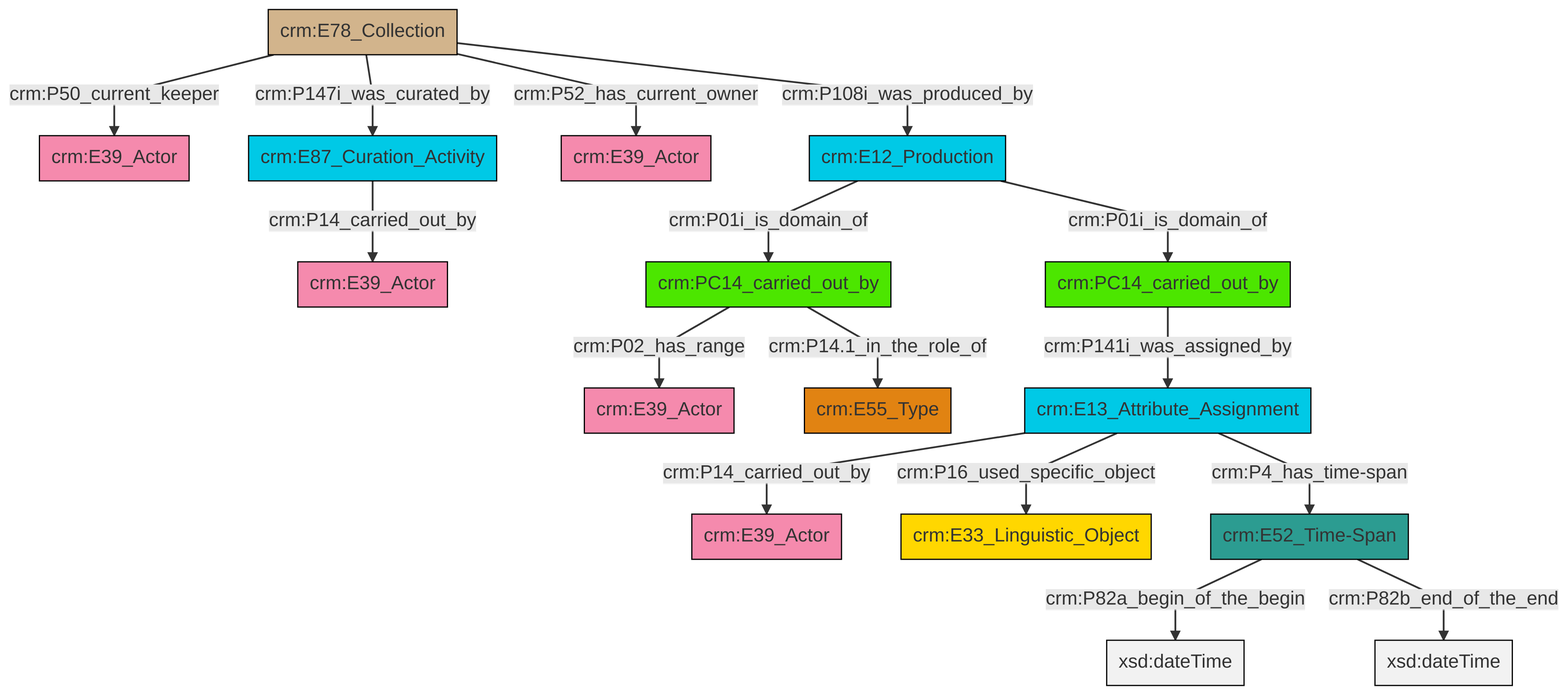
swiss-art-research-net/docs.swissartresearch keeps this Mermaid diagram as et/archivalCSV/ttl/mmd/png/archival_relation.png. Above is the earlier version. Its source is kept beside it as et/archivalCSV/ttl/mmd/archival_relation.ttl.mmd.
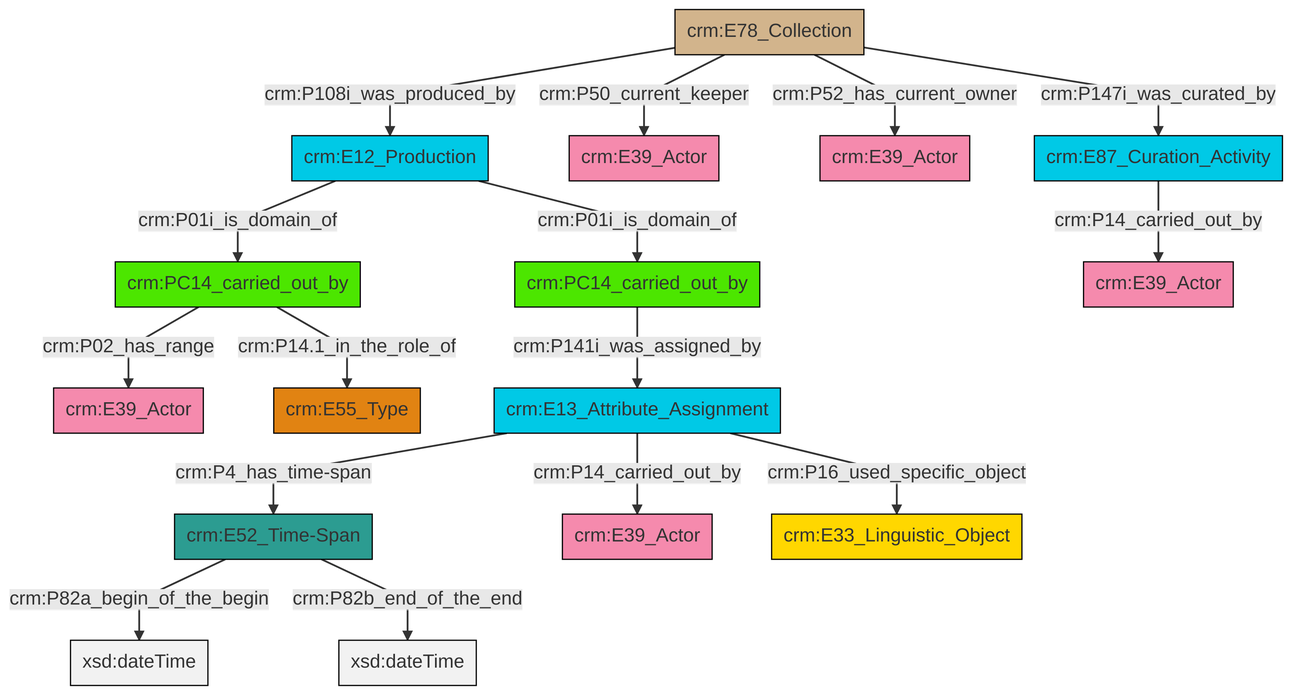
Above is the later version.

Change to the diagram source:
```diff
@@ -13,18 +13,18 @@
 classDef PC_Classes fill:#4ce600, stroke:#000000;
 classDef Multi fill:#cccccc,stroke:#000000;
 
-0["crm:E87_Curation_Activity"]:::Temporal_Entity -->|crm:P14_carried_out_by| 1["crm:E39_Actor"]:::Actor
-4["crm:PC14_carried_out_by"]:::PC_Classes -->|crm:P02_has_range| 5["crm:E39_Actor"]:::Actor
-6["crm:E13_Attribute_Assignment"]:::Temporal_Entity -->|crm:P14_carried_out_by| 7["crm:E39_Actor"]:::Actor
-8["crm:E52_Time-Span"]:::Time-Span -->|crm:P82a_begin_of_the_begin| 9[xsd:dateTime]:::Literal
-6["crm:E13_Attribute_Assignment"]:::Temporal_Entity -->|crm:P16_used_specific_object| 11["crm:E33_Linguistic_Object"]:::Conceptual_Object
-6["crm:E13_Attribute_Assignment"]:::Temporal_Entity -->|crm:P4_has_time-span| 8["crm:E52_Time-Span"]:::Time-Span
-2["crm:E12_Production"]:::Temporal_Entity -->|crm:P01i_is_domain_of| 4["crm:PC14_carried_out_by"]:::PC_Classes
-2["crm:E12_Production"]:::Temporal_Entity -->|crm:P01i_is_domain_of| 15["crm:PC14_carried_out_by"]:::PC_Classes
-21["crm:E78_Collection"]:::Physical_Thing -->|crm:P50_current_keeper| 16["crm:E39_Actor"]:::Actor
-21["crm:E78_Collection"]:::Physical_Thing -->|crm:P147i_was_curated_by| 0["crm:E87_Curation_Activity"]:::Temporal_Entity
-15["crm:PC14_carried_out_by"]:::PC_Classes -->|crm:P141i_was_assigned_by| 6["crm:E13_Attribute_Assignment"]:::Temporal_Entity
-21["crm:E78_Collection"]:::Physical_Thing -->|crm:P52_has_current_owner| 13["crm:E39_Actor"]:::Actor
-21["crm:E78_Collection"]:::Physical_Thing -->|crm:P108i_was_produced_by| 2["crm:E12_Production"]:::Temporal_Entity
-4["crm:PC14_carried_out_by"]:::PC_Classes -->|crm:P14.1_in_the_role_of| 19["crm:E55_Type"]:::Type
-8["crm:E52_Time-Span"]:::Time-Span -->|crm:P82b_end_of_the_end| 28[xsd:dateTime]:::Literal
+2["crm:E12_Production"]:::Temporal_Entity -->|crm:P01i_is_domain_of| 0["crm:PC14_carried_out_by"]:::PC_Classes
+2["crm:E12_Production"]:::Temporal_Entity -->|crm:P01i_is_domain_of| 3["crm:PC14_carried_out_by"]:::PC_Classes
+6["crm:E52_Time-Span"]:::Time-Span -->|crm:P82a_begin_of_the_begin| 7[xsd:dateTime]:::Literal
+3["crm:PC14_carried_out_by"]:::PC_Classes -->|crm:P02_has_range| 4["crm:E39_Actor"]:::Actor
+13["crm:E78_Collection"]:::Physical_Thing -->|crm:P52_has_current_owner| 14["crm:E39_Actor"]:::Actor
+18["crm:E13_Attribute_Assignment"]:::Temporal_Entity -->|crm:P14_carried_out_by| 19["crm:E39_Actor"]:::Actor
+18["crm:E13_Attribute_Assignment"]:::Temporal_Entity -->|crm:P4_has_time-span| 6["crm:E52_Time-Span"]:::Time-Span
+13["crm:E78_Collection"]:::Physical_Thing -->|crm:P108i_was_produced_by| 2["crm:E12_Production"]:::Temporal_Entity
+20["crm:E87_Curation_Activity"]:::Temporal_Entity -->|crm:P14_carried_out_by| 15["crm:E39_Actor"]:::Actor
+13["crm:E78_Collection"]:::Physical_Thing -->|crm:P147i_was_curated_by| 20["crm:E87_Curation_Activity"]:::Temporal_Entity
+0["crm:PC14_carried_out_by"]:::PC_Classes -->|crm:P141i_was_assigned_by| 18["crm:E13_Attribute_Assignment"]:::Temporal_Entity
+3["crm:PC14_carried_out_by"]:::PC_Classes -->|crm:P14.1_in_the_role_of| 10["crm:E55_Type"]:::Type
+6["crm:E52_Time-Span"]:::Time-Span -->|crm:P82b_end_of_the_end| 27[xsd:dateTime]:::Literal
+13["crm:E78_Collection"]:::Physical_Thing -->|crm:P50_current_keeper| 8["crm:E39_Actor"]:::Actor
+18["crm:E13_Attribute_Assignment"]:::Temporal_Entity -->|crm:P16_used_specific_object| 21["crm:E33_Linguistic_Object"]:::Conceptual_Object
```
